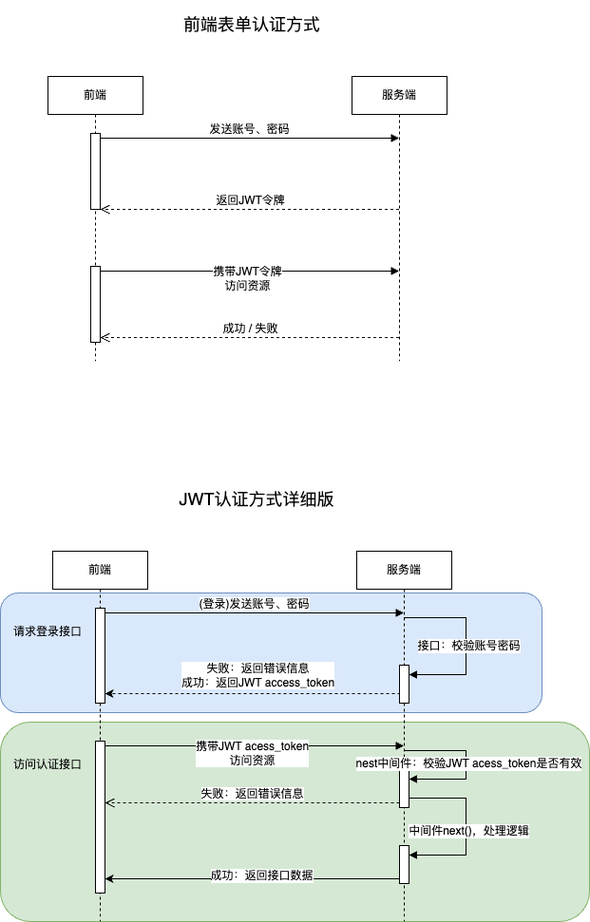
Before: Web认证方式.drawio.png, a diagram exported from draw.io (JYbill/draw). Source tidied: cells renumbered, new cells last; positions are measured from the earlier drawing's top-left corner, leaving out a move shared by most shapes.
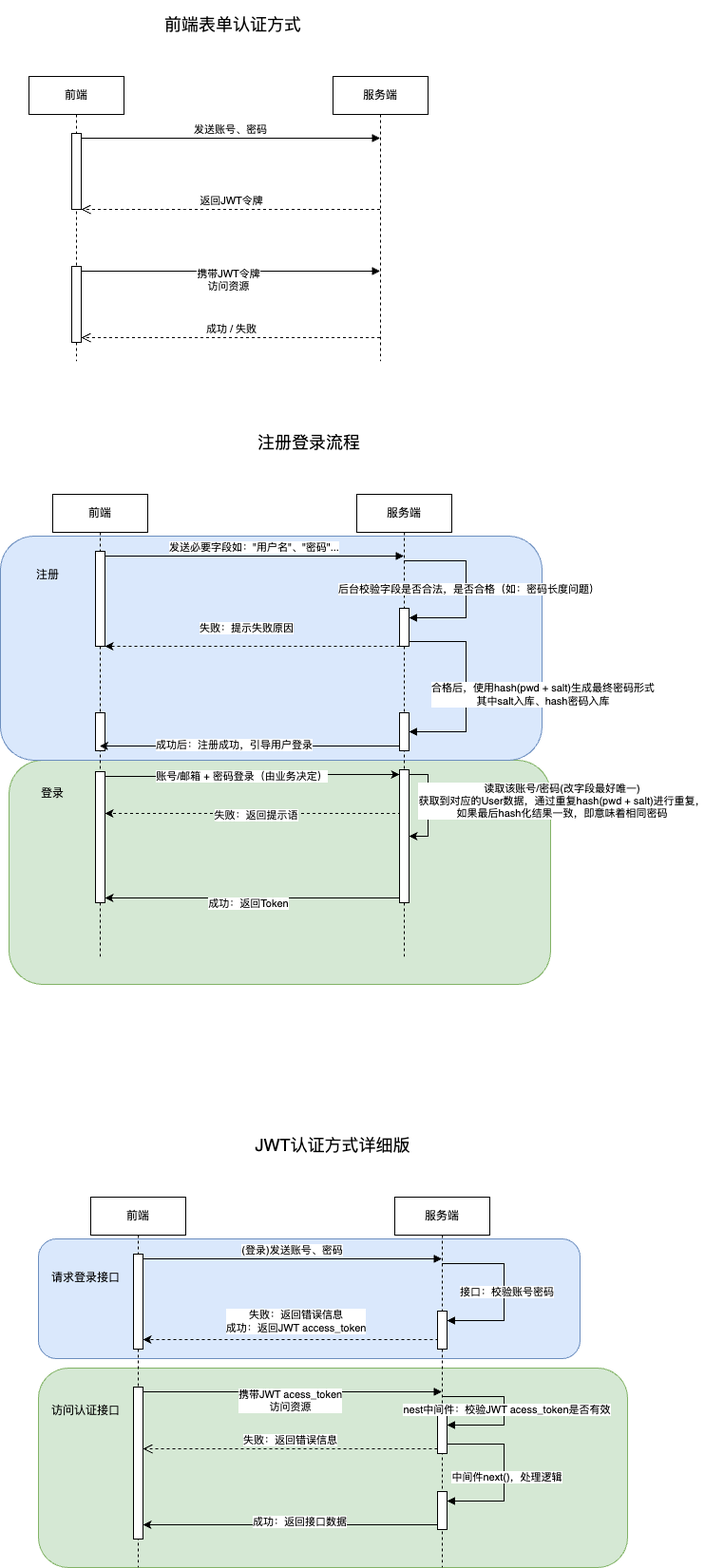
Above is the later version.

Commit message:
更新Web认证方式.drawio.png

What changed in the source:
```diff
@@ -2,6 +2,9 @@
   <root>
     <mxCell id="0" />
     <mxCell id="1" parent="0" />
+    <mxCell id="36" style="rounded=1;whiteSpace=wrap;html=1;fillColor=#d5e8d4;strokeColor=#82b366;" parent="1" vertex="1">
+      <mxGeometry x="-31" y="120" width="570" height="236" as="geometry" />
+    </mxCell>
     <mxCell id="2" style="rounded=1;whiteSpace=wrap;html=1;fillColor=#d5e8d4;strokeColor=#82b366;" parent="1" vertex="1">
       <mxGeometry y="760" width="620" height="210" as="geometry" />
     </mxCell>
@@ -9,7 +12,7 @@
       <mxGeometry y="624" width="570" height="126" as="geometry" />
     </mxCell>
     <mxCell id="4" value="前端" style="shape=umlLifeline;perimeter=lifelinePerimeter;whiteSpace=wrap;html=1;newEdgeStyle={&quot;curved&quot;:0,&quot;rounded&quot;:0};" parent="1" vertex="1">
-      <mxGeometry x="50" y="80" width="100" height="300" as="geometry" />
+      <mxGeometry x="-10" y="-600" width="100" height="300" as="geometry" />
     </mxCell>
     <mxCell id="5" style="html=1;points=[[0,0,0,0,5],[0,1,0,0,-5],[1,0,0,0,5],[1,1,0,0,-5]];perimeter=orthogonalPerimeter;outlineConnect=0;targetShapes=umlLifeline;portConstraint=eastwest;newEdgeStyle={&quot;curved&quot;:0,&quot;rounded&quot;:0};" parent="4" vertex="1">
       <mxGeometry x="45" y="60" width="10" height="80" as="geometry" />
@@ -18,10 +21,10 @@
       <mxGeometry x="45" y="200" width="10" height="80" as="geometry" />
     </mxCell>
     <mxCell id="7" value="前端表单认证方式" style="text;html=1;strokeColor=none;fillColor=none;align=center;verticalAlign=middle;whiteSpace=wrap;rounded=0;fontSize=18;" parent="1" vertex="1">
-      <mxGeometry x="130" width="270" height="50" as="geometry" />
+      <mxGeometry x="70" y="-680" width="270" height="50" as="geometry" />
     </mxCell>
     <mxCell id="8" value="服务端" style="shape=umlLifeline;perimeter=lifelinePerimeter;whiteSpace=wrap;html=1;outlineConnect=0;portConstraint=eastwest;newEdgeStyle={&quot;curved&quot;:0,&quot;rounded&quot;:0};" parent="1" vertex="1">
-      <mxGeometry x="370" y="80" width="100" height="300" as="geometry" />
+      <mxGeometry x="310" y="-600" width="100" height="300" as="geometry" />
     </mxCell>
     <mxCell id="9" value="发送账号、密码" style="html=1;verticalAlign=bottom;endArrow=block;curved=0;rounded=0;exitX=1;exitY=0;exitDx=0;exitDy=5;exitPerimeter=0;" parent="1" edge="1" source="5" target="8">
       <mxGeometry relative="1" as="geometry" />
@@ -45,7 +48,7 @@
       <mxGeometry x="45" y="200" width="10" height="160" as="geometry" />
     </mxCell>
     <mxCell id="16" value="JWT认证方式详细版" style="text;html=1;strokeColor=none;fillColor=none;align=center;verticalAlign=middle;whiteSpace=wrap;rounded=0;fontSize=18;" parent="1" vertex="1">
-      <mxGeometry x="135" y="500" width="270" height="50" as="geometry" />
+      <mxGeometry x="175" y="500" width="270" height="50" as="geometry" />
     </mxCell>
     <mxCell id="17" value="服务端" style="shape=umlLifeline;perimeter=lifelinePerimeter;whiteSpace=wrap;html=1;outlineConnect=0;portConstraint=eastwest;newEdgeStyle={&quot;curved&quot;:0,&quot;rounded&quot;:0};" parent="1" vertex="1">
       <mxGeometry x="375" y="580" width="100" height="390" as="geometry" />
@@ -135,5 +138,130 @@
     <mxCell id="35" value="请求登录接口" style="text;html=1;strokeColor=none;fillColor=none;align=center;verticalAlign=middle;whiteSpace=wrap;rounded=0;" parent="1" vertex="1">
       <mxGeometry x="10" y="650" width="80" height="30" as="geometry" />
     </mxCell>
+    <mxCell id="37" style="rounded=1;whiteSpace=wrap;html=1;fillColor=#dae8fc;strokeColor=#6c8ebf;" parent="1" vertex="1">
+      <mxGeometry x="-40" y="-116" width="570" height="236" as="geometry" />
+    </mxCell>
+    <mxCell id="38" value="前端" style="shape=umlLifeline;perimeter=lifelinePerimeter;whiteSpace=wrap;html=1;outlineConnect=0;portConstraint=eastwest;newEdgeStyle={&quot;curved&quot;:0,&quot;rounded&quot;:0};" parent="1" vertex="1">
+      <mxGeometry x="15" y="-160" width="100" height="490" as="geometry" />
+    </mxCell>
+    <mxCell id="39" style="html=1;points=[[0,0,0,0,5],[0,1,0,0,-5],[1,0,0,0,5],[1,1,0,0,-5]];perimeter=orthogonalPerimeter;outlineConnect=0;targetShapes=umlLifeline;portConstraint=eastwest;newEdgeStyle={&quot;curved&quot;:0,&quot;rounded&quot;:0};" parent="38" vertex="1">
+      <mxGeometry x="45" y="60" width="10" height="100" as="geometry" />
+    </mxCell>
+    <mxCell id="40" style="html=1;points=[[0,0,0,0,5],[0,1,0,0,-5],[1,0,0,0,5],[1,1,0,0,-5]];perimeter=orthogonalPerimeter;outlineConnect=0;targetShapes=umlLifeline;portConstraint=eastwest;newEdgeStyle={&quot;curved&quot;:0,&quot;rounded&quot;:0};" parent="38" vertex="1">
+      <mxGeometry x="45" y="292" width="10" height="138" as="geometry" />
+    </mxCell>
+    <mxCell id="41" style="html=1;perimeter=orthogonalPerimeter;targetShapes=umlLifeline;newEdgeStyle={&quot;curved&quot;:0,&quot;rounded&quot;:0};" parent="38" vertex="1">
+      <mxGeometry x="45" y="230" width="10" height="40" as="geometry" />
+    </mxCell>
+    <mxCell id="42" value="注册登录流程" style="text;html=1;strokeColor=none;fillColor=none;align=center;verticalAlign=middle;whiteSpace=wrap;rounded=0;fontSize=18;" parent="1" vertex="1">
+      <mxGeometry x="150" y="-240" width="270" height="50" as="geometry" />
+    </mxCell>
+    <mxCell id="43" value="服务端" style="shape=umlLifeline;perimeter=lifelinePerimeter;whiteSpace=wrap;html=1;outlineConnect=0;portConstraint=eastwest;newEdgeStyle={&quot;curved&quot;:0,&quot;rounded&quot;:0};" parent="1" vertex="1">
+      <mxGeometry x="335" y="-160" width="100" height="490" as="geometry" />
+    </mxCell>
+    <mxCell id="44" style="html=1;points=[[0,0,0,0,5],[0,1,0,0,-5],[1,0,0,0,5],[1,1,0,0,-5]];perimeter=orthogonalPerimeter;outlineConnect=0;targetShapes=umlLifeline;portConstraint=eastwest;newEdgeStyle={&quot;curved&quot;:0,&quot;rounded&quot;:0};" parent="43" vertex="1">
+      <mxGeometry x="45" y="120" width="10" height="40" as="geometry" />
+    </mxCell>
+    <mxCell id="45" style="html=1;align=left;spacingLeft=2;endArrow=block;rounded=0;edgeStyle=orthogonalEdgeStyle;curved=0;rounded=0;" parent="43" edge="1" source="43" target="44">
+      <mxGeometry relative="1" as="geometry">
+        <Array as="points">
+          <mxPoint x="115" y="70" />
+          <mxPoint x="115" y="130" />
+        </Array>
+      </mxGeometry>
+    </mxCell>
+    <mxCell id="46" value="后台校验字段是否合法，是否合格（如：密码长度问题）" style="edgeLabel;html=1;align=center;verticalAlign=middle;" parent="45" vertex="1">
+      <mxGeometry x="0.01" y="2" relative="1" as="geometry">
+        <mxPoint y="1" as="offset" />
+      </mxGeometry>
+    </mxCell>
+    <mxCell id="47" style="html=1;points=[[0,0,0,0,5],[0,0.19,0,0,0],[0,1,0,0,-5],[1,0,0,0,5],[1,1,0,0,-5]];perimeter=orthogonalPerimeter;outlineConnect=0;targetShapes=umlLifeline;portConstraint=eastwest;newEdgeStyle={&quot;curved&quot;:0,&quot;rounded&quot;:0};" parent="43" vertex="1">
+      <mxGeometry x="45" y="290" width="10" height="140" as="geometry" />
+    </mxCell>
+    <mxCell id="48" style="edgeStyle=orthogonalEdgeStyle;rounded=0;orthogonalLoop=1;jettySize=auto;html=1;curved=0;exitX=1;exitY=0;exitDx=0;exitDy=5;exitPerimeter=0;" parent="43" edge="1" source="47" target="47">
+      <mxGeometry relative="1" as="geometry" />
+    </mxCell>
+    <mxCell id="49" value="读取该账号/密码(改字段最好唯一)&lt;br&gt;获取到对应的User数据，通过重复hash(pwd + salt)进行重复，&lt;br&gt;如果最后hash化结果一致，即意味着相同密码" style="edgeLabel;html=1;align=center;verticalAlign=middle;" parent="48" vertex="1">
+      <mxGeometry x="-0.1" y="1" relative="1" as="geometry">
+        <mxPoint x="139" as="offset" />
+      </mxGeometry>
+    </mxCell>
+    <mxCell id="50" value="发送必要字段如：&quot;用户名&quot;、&quot;密码&quot;..." style="html=1;verticalAlign=bottom;endArrow=block;curved=0;rounded=0;exitX=1;exitY=0;exitDx=0;exitDy=5;exitPerimeter=0;" parent="1" edge="1" source="39" target="43">
+      <mxGeometry relative="1" as="geometry" />
+    </mxCell>
+    <mxCell id="51" style="edgeStyle=orthogonalEdgeStyle;rounded=0;jettySize=auto;html=1;curved=0;dashed=1;" parent="1" edge="1" source="44" target="39">
+      <mxGeometry relative="1" as="geometry">
+        <Array as="points">
+          <mxPoint x="230" />
+          <mxPoint x="230" />
+        </Array>
+      </mxGeometry>
+    </mxCell>
+    <mxCell id="52" value="失败：提示失败原因" style="edgeLabel;html=1;align=center;verticalAlign=middle;" parent="51" vertex="1">
+      <mxGeometry x="0.02" y="3" relative="1" as="geometry">
+        <mxPoint x="-4" y="-23" as="offset" />
+      </mxGeometry>
+    </mxCell>
+    <mxCell id="53" style="edgeStyle=orthogonalEdgeStyle;rounded=0;jettySize=auto;html=1;curved=0;exitX=0;exitY=1;exitDx=0;exitDy=-5;exitPerimeter=0;" parent="1" edge="1" source="55" target="38">
+      <mxGeometry relative="1" as="geometry">
+        <Array as="points">
+          <mxPoint x="160" y="105" />
+          <mxPoint x="160" y="105" />
+        </Array>
+      </mxGeometry>
+    </mxCell>
+    <mxCell id="54" value="成功后：注册成功，引导用户登录" style="edgeLabel;html=1;align=center;verticalAlign=middle;" parent="53" vertex="1">
+      <mxGeometry x="0.15" y="-2" relative="1" as="geometry">
+        <mxPoint x="6" as="offset" />
+      </mxGeometry>
+    </mxCell>
+    <mxCell id="55" style="html=1;points=[[0,0,0,0,5],[0,1,0,0,-5],[1,0,0,0,5],[1,1,0,0,-5]];perimeter=orthogonalPerimeter;outlineConnect=0;targetShapes=umlLifeline;portConstraint=eastwest;newEdgeStyle={&quot;curved&quot;:0,&quot;rounded&quot;:0};" parent="1" vertex="1">
+      <mxGeometry x="380" y="70" width="10" height="40" as="geometry" />
+    </mxCell>
+    <mxCell id="56" style="html=1;align=left;spacingLeft=2;endArrow=block;rounded=0;edgeStyle=orthogonalEdgeStyle;curved=0;rounded=0;exitX=1;exitY=1;exitDx=0;exitDy=-5;exitPerimeter=0;" parent="1" edge="1" source="44" target="55">
+      <mxGeometry relative="1" as="geometry">
+        <Array as="points">
+          <mxPoint x="450" y="-5" />
+          <mxPoint x="450" y="90" />
+        </Array>
+      </mxGeometry>
+    </mxCell>
+    <mxCell id="57" value="合格后，使用hash(pwd + salt)生成最终密码形式&lt;br&gt;其中salt入库、hash密码入库" style="edgeLabel;html=1;align=center;verticalAlign=middle;" parent="56" vertex="1">
+      <mxGeometry x="-0.49" y="2" relative="1" as="geometry">
+        <mxPoint x="85" y="57" as="offset" />
+      </mxGeometry>
+    </mxCell>
+    <mxCell id="58" value="注册" style="text;html=1;strokeColor=none;fillColor=none;align=center;verticalAlign=middle;whiteSpace=wrap;rounded=0;" parent="1" vertex="1">
+      <mxGeometry x="-30" y="-90" width="80" height="30" as="geometry" />
+    </mxCell>
+    <mxCell id="59" style="edgeStyle=orthogonalEdgeStyle;rounded=0;jettySize=auto;html=1;curved=0;exitX=1;exitY=0;exitDx=0;exitDy=5;exitPerimeter=0;entryX=0;entryY=0;entryDx=0;entryDy=5;entryPerimeter=0;" parent="1" edge="1" source="40" target="47">
+      <mxGeometry relative="1" as="geometry" />
+    </mxCell>
+    <mxCell id="60" value="账号/邮箱 + 密码登录（由业务决定）" style="edgeLabel;html=1;align=center;verticalAlign=middle;" parent="59" vertex="1">
+      <mxGeometry x="-0.08" y="-3" relative="1" as="geometry">
+        <mxPoint y="-4" as="offset" />
+      </mxGeometry>
+    </mxCell>
+    <mxCell id="61" style="edgeStyle=orthogonalEdgeStyle;rounded=0;jettySize=auto;html=1;curved=0;exitX=0;exitY=0.19;exitDx=0;exitDy=0;exitPerimeter=0;dashed=1;" parent="1" edge="1" source="47" target="40">
+      <mxGeometry relative="1" as="geometry">
+        <Array as="points">
+          <mxPoint x="380" y="176" />
+        </Array>
+      </mxGeometry>
+    </mxCell>
+    <mxCell id="62" value="失败：返回提示语" style="edgeLabel;html=1;align=center;verticalAlign=middle;" parent="61" vertex="1">
+      <mxGeometry x="0.04" y="1" relative="1" as="geometry" />
+    </mxCell>
+    <mxCell id="63" style="edgeStyle=orthogonalEdgeStyle;rounded=0;jettySize=auto;html=1;curved=0;exitX=0;exitY=1;exitDx=0;exitDy=-5;exitPerimeter=0;entryX=1;entryY=1;entryDx=0;entryDy=-5;entryPerimeter=0;" parent="1" edge="1" source="47" target="40">
+      <mxGeometry relative="1" as="geometry" />
+    </mxCell>
+    <mxCell id="64" value="成功：返回Token" style="edgeLabel;html=1;align=center;verticalAlign=middle;" parent="63" vertex="1">
+      <mxGeometry x="-0.16" y="-3" relative="1" as="geometry">
+        <mxPoint x="-30" y="8" as="offset" />
+      </mxGeometry>
+    </mxCell>
+    <mxCell id="65" value="登录" style="text;html=1;strokeColor=none;fillColor=none;align=center;verticalAlign=middle;whiteSpace=wrap;rounded=0;" parent="1" vertex="1">
+      <mxGeometry x="-25" y="140" width="80" height="30" as="geometry" />
+    </mxCell>
   </root>
 </mxGraphModel>
```
